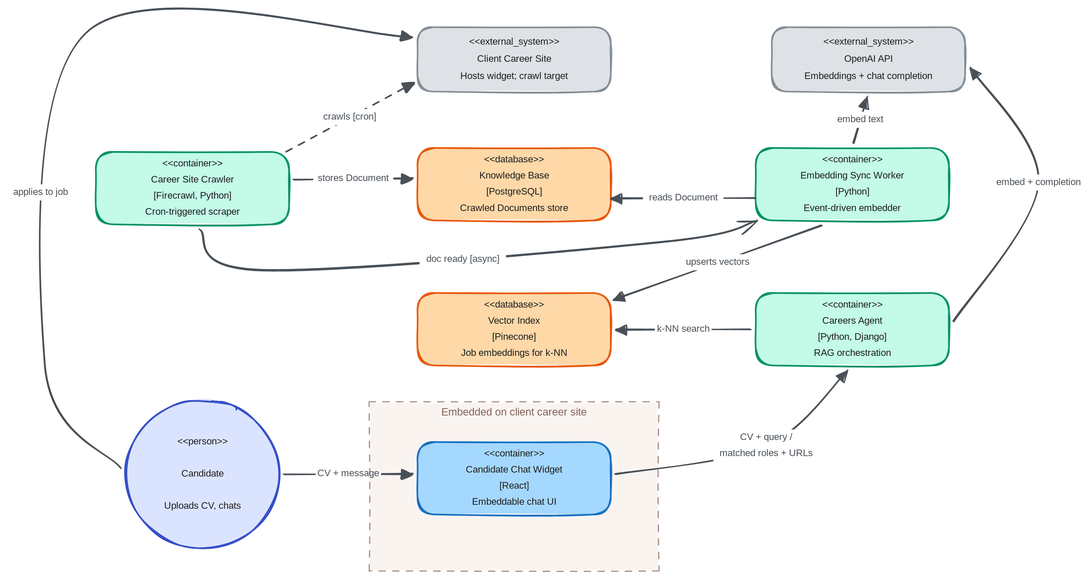
cmin764/portfolio keeps this Excalidraw diagram as public/diagrams/vonq-knowledge-base.svg. Above is the earlier version. Source tidied: one line per element, renumbered; positions are measured from the earlier drawing's top-left corner, leaving out a move shared by most shapes. The source it was exported from:
```json
{"id": 0, "type": "rectangle", "strokeColor": "#846358", "backgroundColor": "#f8f0eb", "fillStyle": "solid", "strokeWidth": 1, "strokeStyle": "dashed", "roughness": 1, "opacity": 70, "x": 476, "y": 465, "width": 360, "height": 210}
{"id": 1, "type": "text", "text": "Embedded on client career site", "strokeColor": "#846358", "strokeWidth": 1, "roughness": 1, "fontSize": 13, "fontFamily": 1, "textAlign": "center", "x": 488, "y": 469, "width": 336, "height": 20}
{"id": 2, "type": "rectangle", "strokeColor": "#868e96", "backgroundColor": "#dee2e6", "fillStyle": "solid", "strokeWidth": 2, "roughness": 1, "round": true, "x": 536, "y": 0, "width": 240, "height": 80}
{"id": 3, "type": "text", "text": "<<external_system>>\nClient Career Site\nHosts widget; crawl target", "strokeColor": "#1e1e1e", "strokeWidth": 1, "roughness": 1, "fontSize": 12, "fontFamily": 1, "textAlign": "center", "verticalAlign": "middle", "inside": 2, "x": 576, "y": 8, "width": 159, "height": 64}
{"id": 4, "type": "rectangle", "strokeColor": "#868e96", "backgroundColor": "#dee2e6", "fillStyle": "solid", "strokeWidth": 2, "roughness": 1, "round": true, "x": 976, "y": 0, "width": 240, "height": 80}
{"id": 5, "type": "text", "text": "<<external_system>>\nOpenAI API\nEmbeddings + chat completion", "strokeColor": "#1e1e1e", "strokeWidth": 1, "roughness": 1, "fontSize": 12, "fontFamily": 1, "textAlign": "center", "verticalAlign": "middle", "inside": 4, "x": 986, "y": 8, "width": 220, "height": 64}
{"id": 6, "type": "rectangle", "strokeColor": "#099268", "backgroundColor": "#c3fae8", "fillStyle": "solid", "strokeWidth": 2, "roughness": 1, "round": true, "x": 137, "y": 155, "width": 240, "height": 90}
{"id": 7, "type": "text", "text": "<<container>>\nCareer Site Crawler\n[Firecrawl, Python]\nCron-triggered scraper", "strokeColor": "#1e1e1e", "strokeWidth": 1, "roughness": 1, "fontSize": 12, "fontFamily": 1, "textAlign": "center", "verticalAlign": "middle", "inside": 6, "x": 191, "y": 160, "width": 131, "height": 80}
{"id": 8, "type": "rectangle", "strokeColor": "#e8590c", "backgroundColor": "#ffd8a8", "fillStyle": "solid", "strokeWidth": 2, "roughness": 1, "round": true, "x": 536, "y": 150, "width": 240, "height": 90}
{"id": 9, "type": "text", "text": "<<database>>\nKnowledge Base\n[PostgreSQL]\nCrawled Documents store", "strokeColor": "#1e1e1e", "strokeWidth": 1, "roughness": 1, "fontSize": 12, "fontFamily": 1, "textAlign": "center", "verticalAlign": "middle", "inside": 8, "x": 546, "y": 155, "width": 220, "height": 80}
{"id": 10, "type": "rectangle", "strokeColor": "#099268", "backgroundColor": "#c3fae8", "fillStyle": "solid", "strokeWidth": 2, "roughness": 1, "round": true, "x": 956, "y": 150, "width": 240, "height": 90}
{"id": 11, "type": "text", "text": "<<container>>\nEmbedding Sync Worker\n[Python]\nEvent-driven embedder", "strokeColor": "#1e1e1e", "strokeWidth": 1, "roughness": 1, "fontSize": 12, "fontFamily": 1, "textAlign": "center", "verticalAlign": "middle", "inside": 10, "x": 966, "y": 155, "width": 220, "height": 80}
{"id": 12, "type": "rectangle", "strokeColor": "#e8590c", "backgroundColor": "#ffd8a8", "fillStyle": "solid", "strokeWidth": 2, "roughness": 1, "round": true, "x": 536, "y": 330, "width": 240, "height": 90}
{"id": 13, "type": "text", "text": "<<database>>\nVector Index\n[Pinecone]\nJob embeddings for k-NN", "strokeColor": "#1e1e1e", "strokeWidth": 1, "roughness": 1, "fontSize": 12, "fontFamily": 1, "textAlign": "center", "verticalAlign": "middle", "inside": 12, "x": 584, "y": 335, "width": 143, "height": 80}
{"id": 14, "type": "rectangle", "strokeColor": "#099268", "backgroundColor": "#c3fae8", "fillStyle": "solid", "strokeWidth": 2, "roughness": 1, "round": true, "x": 956, "y": 330, "width": 240, "height": 90}
{"id": 15, "type": "text", "text": "<<container>>\nCareers Agent\n[Python, Django]\nRAG orchestration", "strokeColor": "#1e1e1e", "strokeWidth": 1, "roughness": 1, "fontSize": 12, "fontFamily": 1, "textAlign": "center", "verticalAlign": "middle", "inside": 14, "x": 966, "y": 335, "width": 220, "height": 80}
{"id": 16, "type": "rectangle", "strokeColor": "#1971c2", "backgroundColor": "#a5d8ff", "fillStyle": "solid", "strokeWidth": 2, "roughness": 1, "round": true, "x": 536, "y": 515, "width": 240, "height": 90}
{"id": 17, "type": "text", "text": "<<container>>\nCandidate Chat Widget\n[React]\nEmbeddable chat UI", "strokeColor": "#1e1e1e", "strokeWidth": 1, "roughness": 1, "fontSize": 12, "fontFamily": 1, "textAlign": "center", "verticalAlign": "middle", "inside": 16, "x": 546, "y": 520, "width": 220, "height": 80}
{"id": 18, "type": "ellipse", "strokeColor": "#364fc7", "backgroundColor": "#dbe4ff", "fillStyle": "solid", "strokeWidth": 2, "roughness": 1, "round": true, "x": 174, "y": 463, "width": 191, "height": 184}
{"id": 19, "type": "text", "text": "<<person>>\nCandidate\nUploads CV, chats", "strokeColor": "#1e1e1e", "strokeWidth": 1, "roughness": 1, "fontSize": 12, "fontFamily": 1, "textAlign": "center", "verticalAlign": "middle", "inside": 18, "x": 215, "y": 495, "width": 108, "height": 120}
{"id": 20, "type": "arrow", "strokeColor": "#495057", "strokeWidth": 1.5, "strokeStyle": "dashed", "roughness": 1, "endArrowhead": "triangle", "round": true, "from": 6, "to": 2, "x": 373, "y": 154, "width": 158, "height": 85, "points": [[0, 0], [158, -85]]}
{"id": 21, "type": "text", "text": "crawls [cron]", "strokeColor": "#495057", "strokeWidth": 1, "roughness": 1, "fontSize": 12, "fontFamily": 1, "textAlign": "center", "verticalAlign": "middle", "inside": 20, "x": 417, "y": 107, "width": 77, "height": 20}
{"id": 22, "type": "arrow", "strokeColor": "#495057", "strokeWidth": 1.5, "roughness": 1, "endArrowhead": "triangle", "round": true, "from": 6, "to": 8, "x": 383, "y": 189, "width": 147, "height": 2, "points": [[0, 0], [147, -2]]}
{"id": 23, "type": "text", "text": "stores Document", "strokeColor": "#495057", "strokeWidth": 1, "roughness": 1, "fontSize": 12, "fontFamily": 1, "textAlign": "center", "verticalAlign": "middle", "inside": 22, "x": 411, "y": 171, "width": 100, "height": 20}
{"id": 24, "type": "arrow", "strokeColor": "#495057", "strokeWidth": 1.5, "roughness": 1, "endArrowhead": "arrow", "round": true, "from": 6, "to": 10, "x": 266, "y": 251, "width": 693, "height": 61, "points": [[0, 0], [78, 50], [574, 16], [693, -11]]}
{"id": 25, "type": "text", "text": "doc ready [async]", "strokeColor": "#495057", "strokeWidth": 1, "roughness": 1, "fontSize": 12, "fontFamily": 1, "textAlign": "center", "verticalAlign": "middle", "inside": 24, "x": 601, "y": 98, "width": 107, "height": 20}
{"id": 26, "type": "arrow", "strokeColor": "#495057", "strokeWidth": 1.5, "roughness": 1, "endArrowhead": "triangle", "round": true, "from": 10, "to": 8, "x": 956, "y": 212, "width": 180, "height": 0, "points": [[0, 0], [-180, 0]]}
{"id": 27, "type": "text", "text": "reads Document", "strokeColor": "#495057", "strokeWidth": 1, "roughness": 1, "fontSize": 12, "fontFamily": 1, "textAlign": "center", "verticalAlign": "middle", "inside": 26, "x": 811, "y": 218, "width": 100, "height": 20}
{"id": 28, "type": "arrow", "strokeColor": "#495057", "strokeWidth": 1.5, "roughness": 1, "endArrowhead": "triangle", "round": true, "from": 10, "to": 4, "x": 1078, "y": 144, "width": 17, "height": 58, "points": [[0, 0], [17, -58]]}
{"id": 29, "type": "text", "text": "embed text", "strokeColor": "#495057", "strokeWidth": 1, "roughness": 1, "fontSize": 12, "fontFamily": 1, "textAlign": "center", "verticalAlign": "middle", "inside": 28, "x": 1056, "y": 92, "width": 67, "height": 20}
{"id": 30, "type": "arrow", "strokeColor": "#495057", "strokeWidth": 1.5, "roughness": 1, "endArrowhead": "triangle", "round": true, "from": 10, "to": 12, "x": 1038, "y": 246, "width": 259, "height": 92, "points": [[0, 0], [-259, 92]]}
{"id": 31, "type": "text", "text": "upserts vectors", "strokeColor": "#495057", "strokeWidth": 1, "roughness": 1, "fontSize": 12, "fontFamily": 1, "textAlign": "center", "verticalAlign": "middle", "inside": 30, "x": 811, "y": 288, "width": 94, "height": 20}
{"id": 32, "type": "arrow", "strokeColor": "#495057", "strokeWidth": 1.5, "roughness": 1, "endArrowhead": "triangle", "round": true, "from": 18, "to": 16, "x": 371, "y": 555, "width": 159, "height": 1, "points": [[0, 0], [159, -1]]}
{"id": 33, "type": "text", "text": "CV + message", "strokeColor": "#495057", "strokeWidth": 1, "roughness": 1, "fontSize": 12, "fontFamily": 1, "textAlign": "center", "verticalAlign": "middle", "inside": 32, "x": 351, "y": 538, "width": 81, "height": 20}
{"id": 34, "type": "arrow", "strokeColor": "#495057", "strokeWidth": 1.5, "roughness": 1, "endArrowhead": "triangle", "round": true, "from": 16, "to": 14, "x": 782, "y": 555, "width": 288, "height": 129, "points": [[0, 0], [187, -35], [288, -129]]}
{"id": 35, "type": "text", "text": "CV + query /\nmatched roles + URLs", "strokeColor": "#495057", "strokeWidth": 1, "roughness": 1, "fontSize": 12, "fontFamily": 1, "textAlign": "center", "verticalAlign": "middle", "inside": 34, "x": 812, "y": 456, "width": 132, "height": 40}
{"id": 36, "type": "arrow", "strokeColor": "#495057", "strokeWidth": 1.5, "roughness": 1, "endArrowhead": "triangle", "round": true, "from": 14, "to": 4, "x": 1202, "y": 365, "width": 105, "height": 315, "points": [[0, 0], [105, -172], [20, -315]]}
{"id": 37, "type": "text", "text": "embed + completion", "strokeColor": "#495057", "strokeWidth": 1, "roughness": 1, "fontSize": 12, "fontFamily": 1, "textAlign": "center", "verticalAlign": "middle", "inside": 36, "x": 1106, "y": 185, "width": 111, "height": 20}
{"id": 38, "type": "arrow", "strokeColor": "#495057", "strokeWidth": 1.5, "roughness": 1, "endArrowhead": "triangle", "round": true, "from": 14, "to": 12, "x": 950, "y": 375, "width": 168, "height": 0, "points": [[0, 0], [-168, 0]]}
{"id": 39, "type": "text", "text": "k-NN search", "strokeColor": "#495057", "strokeWidth": 1, "roughness": 1, "fontSize": 12, "fontFamily": 1, "textAlign": "center", "verticalAlign": "middle", "inside": 38, "x": 816, "y": 358, "width": 70, "height": 20}
{"id": 40, "type": "arrow", "strokeColor": "#495057", "strokeWidth": 1.5, "roughness": 1, "endArrowhead": "triangle", "round": true, "from": 18, "to": 2, "x": 168, "y": 547, "width": 458, "height": 542, "points": [[0, 0], [-95, -130], [-42, -542], [363, -535]]}
{"id": 41, "type": "text", "text": "applies to job", "strokeColor": "#495057", "strokeWidth": 1, "roughness": 1, "fontSize": 12, "fontFamily": 1, "textAlign": "center", "verticalAlign": "middle", "inside": 40, "x": 0, "y": 161, "width": 81, "height": 20}
```
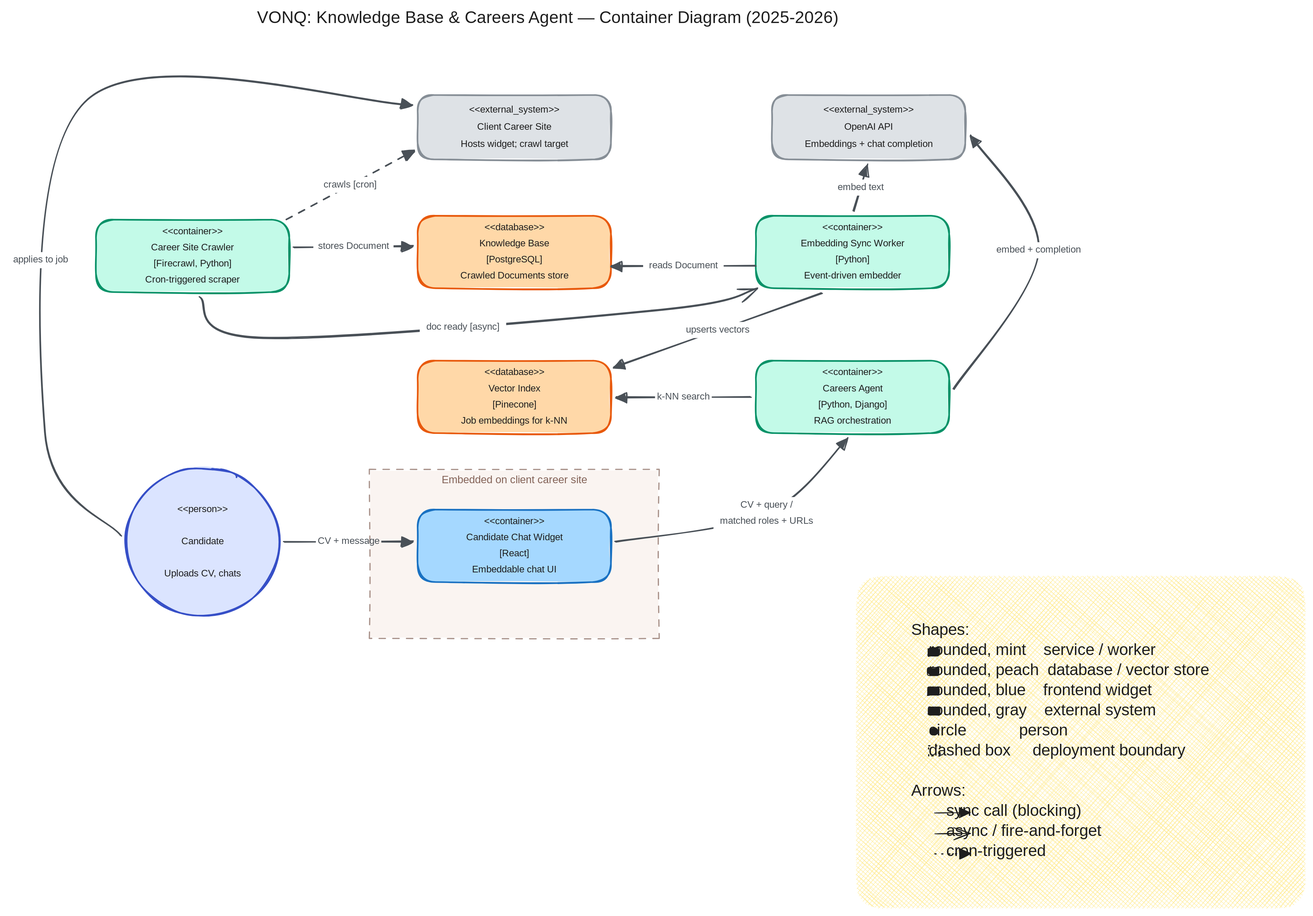
Above is the later version.

Commit message:
Update Knowledge Base diagram SVG and Excalidraw URL

Change to the diagram source:
```diff
@@ -40,3 +40,15 @@
 {"id": 39, "type": "text", "text": "k-NN search", "strokeColor": "#495057", "strokeWidth": 1, "roughness": 1, "fontSize": 12, "fontFamily": 1, "textAlign": "center", "verticalAlign": "middle", "inside": 38, "x": 816, "y": 358, "width": 70, "height": 20}
 {"id": 40, "type": "arrow", "strokeColor": "#495057", "strokeWidth": 1.5, "roughness": 1, "endArrowhead": "triangle", "round": true, "from": 18, "to": 2, "x": 168, "y": 547, "width": 458, "height": 542, "points": [[0, 0], [-95, -130], [-42, -542], [363, -535]]}
 {"id": 41, "type": "text", "text": "applies to job", "strokeColor": "#495057", "strokeWidth": 1, "roughness": 1, "fontSize": 12, "fontFamily": 1, "textAlign": "center", "verticalAlign": "middle", "inside": 40, "x": 0, "y": 161, "width": 81, "height": 20}
+{"id": 42, "type": "text", "text": "VONQ: Knowledge Base & Careers Agent — Container Diagram (2025-2026)", "strokeColor": "#1e1e1e", "backgroundColor": "#ffec99", "fillStyle": "solid", "strokeWidth": 1, "roughness": 1, "fontSize": 21.04, "fontFamily": 1, "x": 337, "y": -108, "width": 805, "height": 26}
+{"id": 43, "type": "rectangle", "strokeColor": "transparent", "backgroundColor": "#ffec99", "fillStyle": "cross-hatch", "strokeWidth": 1, "roughness": 1, "round": true, "x": 1081, "y": 598, "width": 557, "height": 412}
+{"id": 44, "type": "text", "text": "Shapes:\n    rounded, mint    service / worker\n    rounded, peach  database / vector store\n    rounded, blue    frontend widget\n    rounded, gray    external system\n    circle            person\n    dashed box     deployment boundary\n\nArrows:\n        sync call (blocking)\n        async / fire-and-forget\n        cron-triggered", "strokeColor": "#1e1e1e", "backgroundColor": "#ffec99", "fillStyle": "cross-hatch", "strokeWidth": 1, "roughness": 1, "fontSize": 20, "fontFamily": 1, "x": 1149, "y": 653, "width": 453, "height": 300}
+{"id": 45, "type": "rectangle", "strokeColor": "#1e1e1e", "backgroundColor": "#1e1e1e", "fillStyle": "solid", "strokeWidth": 1, "roughness": 1, "round": true, "x": 1170, "y": 687, "width": 14, "height": 10}
+{"id": 46, "type": "rectangle", "strokeColor": "#1e1e1e", "backgroundColor": "#1e1e1e", "fillStyle": "solid", "strokeWidth": 1, "roughness": 1, "round": true, "x": 1169, "y": 711, "width": 14, "height": 10}
+{"id": 47, "type": "rectangle", "strokeColor": "#1e1e1e", "backgroundColor": "#1e1e1e", "fillStyle": "solid", "strokeWidth": 1, "roughness": 1, "round": true, "x": 1169, "y": 735, "width": 14, "height": 10}
+{"id": 48, "type": "rectangle", "strokeColor": "#1e1e1e", "backgroundColor": "#1e1e1e", "fillStyle": "solid", "strokeWidth": 1, "roughness": 1, "round": true, "x": 1170, "y": 760, "width": 14, "height": 10}
+{"id": 49, "type": "ellipse", "strokeColor": "#1e1e1e", "backgroundColor": "#1e1e1e", "fillStyle": "solid", "strokeWidth": 1, "roughness": 1, "round": true, "x": 1172, "y": 787, "width": 10, "height": 9}
+{"id": 50, "type": "rectangle", "strokeColor": "#1e1e1e", "strokeWidth": 1, "strokeStyle": "dotted", "roughness": 1, "x": 1171, "y": 808, "width": 14, "height": 12}
+{"id": 51, "type": "arrow", "strokeColor": "#1e1e1e", "strokeWidth": 1, "strokeStyle": "dotted", "roughness": 1, "endArrowhead": "triangle", "x": 1178, "y": 943, "width": 44, "height": 0, "points": [[0, 0], [44, 0]]}
+{"id": 52, "type": "arrow", "strokeColor": "#1e1e1e", "strokeWidth": 1, "roughness": 1, "endArrowhead": "triangle", "x": 1178, "y": 892, "width": 44, "height": 0, "points": [[0, 0], [44, 0]]}
+{"id": 53, "type": "arrow", "strokeColor": "#1e1e1e", "strokeWidth": 1, "roughness": 1, "endArrowhead": "arrow", "x": 1178, "y": 918, "width": 44, "height": 0, "points": [[0, 0], [44, 0]]}
```
